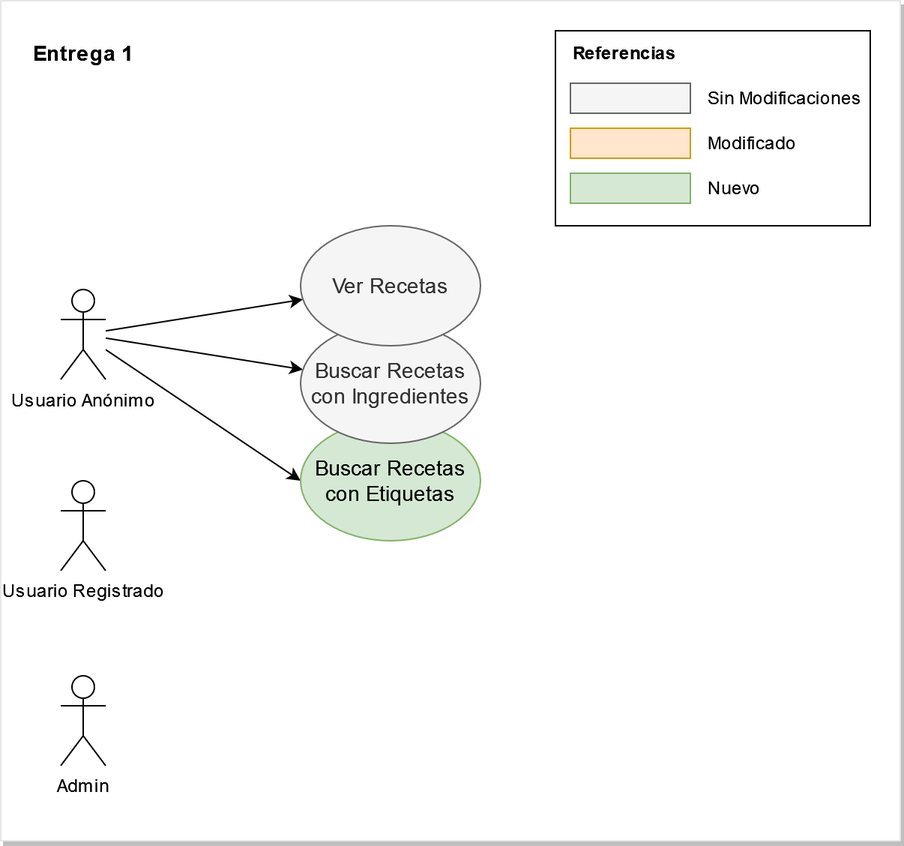
Above: .github/TTIP-Entrega 2.drawio.png in tehuel/ttip-grupo11 (draw.io), before the change. Source tidied: cells renumbered, new cells last; positions are measured from the earlier drawing's top-left corner, leaving out a move shared by most shapes.
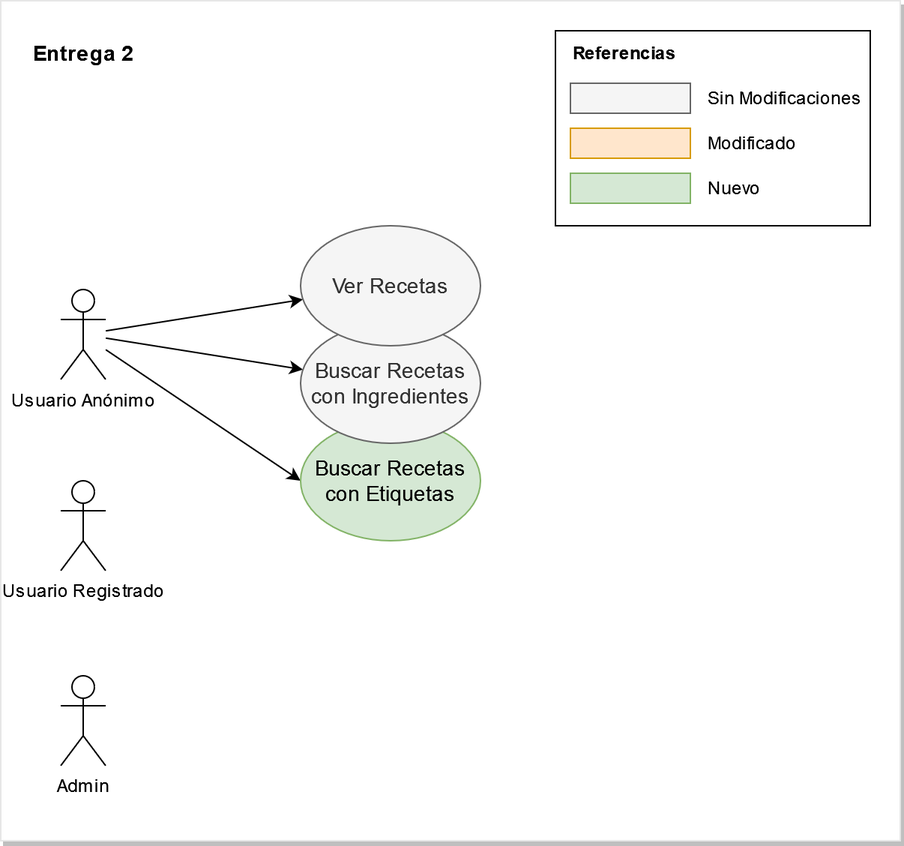
The same file after the commit.

Diff of the diagram source:
```diff
@@ -50,7 +50,7 @@
     <mxCell id="17" value="Nuevo" style="text;html=1;strokeColor=none;fillColor=none;align=left;verticalAlign=middle;whiteSpace=wrap;rounded=0;" parent="9" vertex="1">
       <mxGeometry x="100" y="90" width="110" height="30" as="geometry" />
     </mxCell>
-    <mxCell id="18" value="&lt;div&gt;Entrega 1&lt;/div&gt;" style="text;whiteSpace=wrap;html=1;fontStyle=1;fontSize=14;" parent="1" vertex="1">
+    <mxCell id="18" value="&lt;div&gt;Entrega 2&lt;br&gt;&lt;/div&gt;" style="text;whiteSpace=wrap;html=1;fontStyle=1;fontSize=14;" parent="1" vertex="1">
       <mxGeometry x="20" y="20" width="200" height="30" as="geometry" />
     </mxCell>
     <mxCell id="19" value="Buscar Recetas con Etiquetas" style="ellipse;whiteSpace=wrap;html=1;fontSize=14;align=center;verticalAlign=middle;fillColor=#d5e8d4;strokeColor=#82b366;" parent="1" vertex="1">
```
